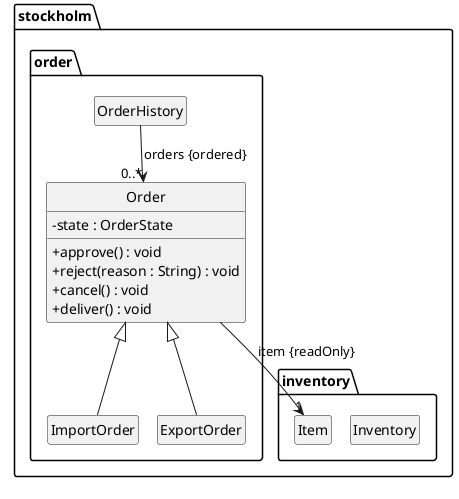
The PlantUML diagram docs/images/OrderClassDiagram.png in AY2627S1-CS2113-W14-4/tp, before a commit. The source it was exported from:
```plantuml
@startuml
!pragma layout smetana
hide circle
hide empty members
skinparam classAttributeIconSize 0

package "stockholm.order" {
    class Order {
        - state : OrderState
        + approve() : void
        + reject(reason : String) : void
        + cancel() : void
        + deliver() : void
    }

    class OrderHistory

    class ImportOrder
    class ExportOrder
}

package "stockholm.inventory" {
    class Inventory
    class Item
}

Order <|-- ImportOrder
Order <|-- ExportOrder
Order --> "1" Item : item {readOnly}
OrderHistory --> "0..*" Order : orders {ordered}
@enduml
```
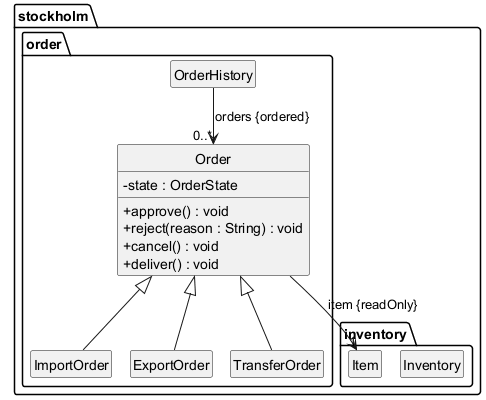
After the commit.

Change to the diagram source:
```diff
@@ -17,6 +17,7 @@
 
     class ImportOrder
     class ExportOrder
+    class TransferOrder
 }
 
 package "stockholm.inventory" {
@@ -26,6 +27,7 @@
 
 Order <|-- ImportOrder
 Order <|-- ExportOrder
+Order <|-- TransferOrder
 Order --> "1" Item : item {readOnly}
 OrderHistory --> "0..*" Order : orders {ordered}
 @enduml
```
